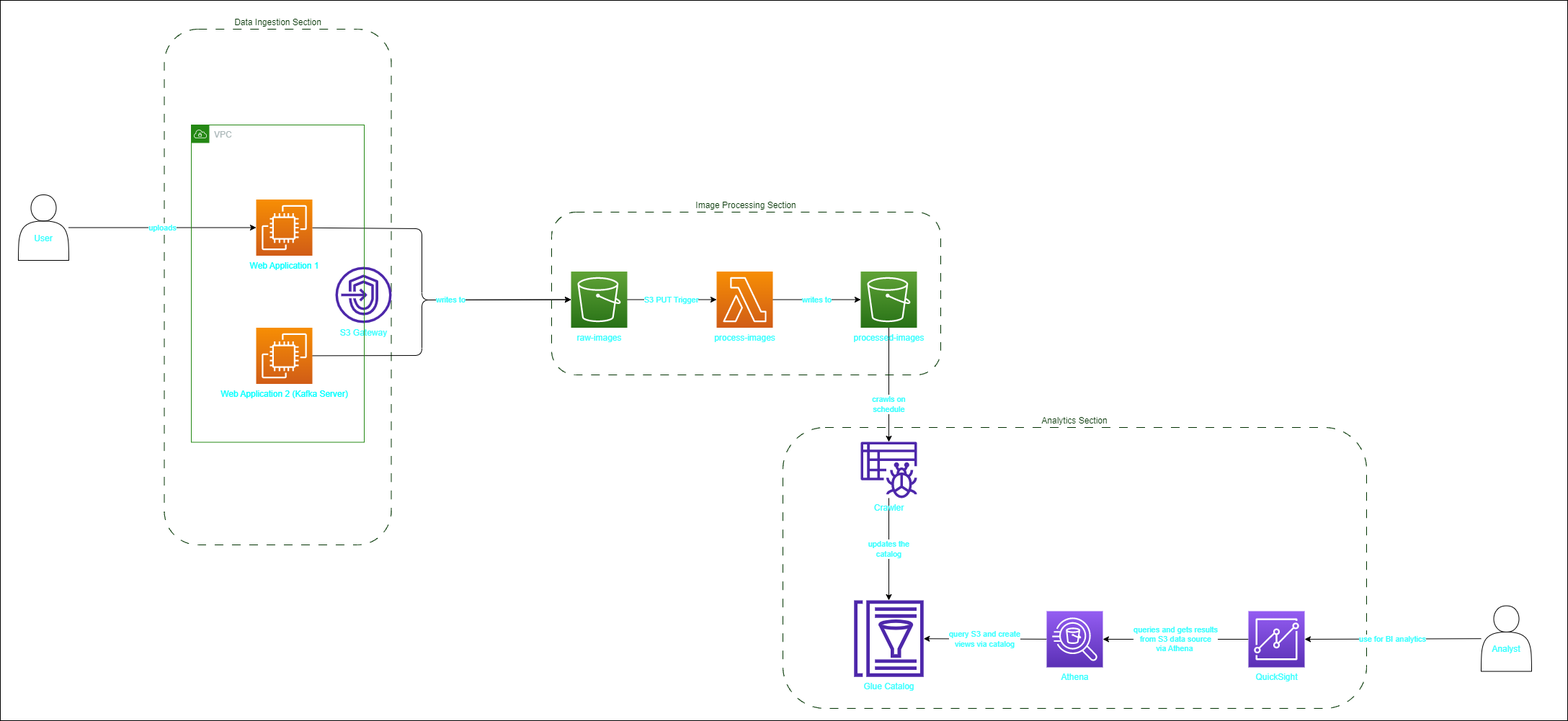
nixsterchan/govtech-data-engineer-challenge-2023 keeps this draw.io diagram as part-3-system-design/architect.png. Above is the earlier version. Source tidied: cells renumbered, new cells last; positions are measured from the earlier drawing's top-left corner, leaving out a move shared by most shapes. Its diagram source:
```xml
<mxGraphModel>
  <root>
    <mxCell id="0" />
    <mxCell id="1" parent="0" />
    <mxCell id="2" style="rounded=0;whiteSpace=wrap;html=1;" parent="1" vertex="1">
      <mxGeometry width="2175" height="1000" as="geometry" />
    </mxCell>
    <mxCell id="3" value="Analytics Section" style="rounded=1;whiteSpace=wrap;html=1;fontColor=#003300;fillColor=none;strokeColor=#003300;dashed=1;dashPattern=12 12;labelPosition=center;verticalLabelPosition=top;align=center;verticalAlign=bottom;" parent="1" vertex="1">
      <mxGeometry x="1086" y="593" width="810" height="390" as="geometry" />
    </mxCell>
    <mxCell id="4" value="Data Ingestion Section" style="rounded=1;whiteSpace=wrap;html=1;fontColor=#003300;fillColor=none;strokeColor=#003300;dashed=1;dashPattern=12 12;labelPosition=center;verticalLabelPosition=top;align=center;verticalAlign=bottom;" parent="1" vertex="1">
      <mxGeometry x="227.5" y="40" width="315" height="716" as="geometry" />
    </mxCell>
    <mxCell id="5" value="S3 PUT Trigger" style="edgeStyle=none;html=1;entryX=0;entryY=0.5;entryDx=0;entryDy=0;entryPerimeter=0;fontColor=#33FFFF;" parent="1" edge="1" source="6" target="8">
      <mxGeometry relative="1" as="geometry" />
    </mxCell>
    <mxCell id="6" value="&lt;font color=&quot;#33ffff&quot;&gt;raw-images&lt;/font&gt;" style="sketch=0;points=[[0,0,0],[0.25,0,0],[0.5,0,0],[0.75,0,0],[1,0,0],[0,1,0],[0.25,1,0],[0.5,1,0],[0.75,1,0],[1,1,0],[0,0.25,0],[0,0.5,0],[0,0.75,0],[1,0.25,0],[1,0.5,0],[1,0.75,0]];outlineConnect=0;fontColor=#232F3E;gradientColor=#60A337;gradientDirection=north;fillColor=#277116;strokeColor=#ffffff;dashed=0;verticalLabelPosition=bottom;verticalAlign=top;align=center;html=1;fontSize=12;fontStyle=0;shape=mxgraph.aws4.resourceIcon;resIcon=mxgraph.aws4.s3;" parent="1" vertex="1">
      <mxGeometry x="792" y="376.5" width="78" height="78" as="geometry" />
    </mxCell>
    <mxCell id="7" value="writes to" style="edgeStyle=none;html=1;entryX=0;entryY=0.5;entryDx=0;entryDy=0;entryPerimeter=0;fontColor=#33FFFF;" parent="1" edge="1" source="8" target="10">
      <mxGeometry relative="1" as="geometry" />
    </mxCell>
    <mxCell id="8" value="&lt;font color=&quot;#33ffff&quot;&gt;process-images&lt;/font&gt;" style="sketch=0;points=[[0,0,0],[0.25,0,0],[0.5,0,0],[0.75,0,0],[1,0,0],[0,1,0],[0.25,1,0],[0.5,1,0],[0.75,1,0],[1,1,0],[0,0.25,0],[0,0.5,0],[0,0.75,0],[1,0.25,0],[1,0.5,0],[1,0.75,0]];outlineConnect=0;fontColor=#232F3E;gradientColor=#F78E04;gradientDirection=north;fillColor=#D05C17;strokeColor=#ffffff;dashed=0;verticalLabelPosition=bottom;verticalAlign=top;align=center;html=1;fontSize=12;fontStyle=0;shape=mxgraph.aws4.resourceIcon;resIcon=mxgraph.aws4.lambda;" parent="1" vertex="1">
      <mxGeometry x="994" y="376.5" width="78" height="78" as="geometry" />
    </mxCell>
    <mxCell id="9" value="crawls on&lt;br&gt;schedule" style="edgeStyle=none;html=1;fontColor=#33FFFF;" parent="1" edge="1" source="10" target="18">
      <mxGeometry x="0.33" relative="1" as="geometry">
        <mxPoint y="1" as="offset" />
      </mxGeometry>
    </mxCell>
    <mxCell id="10" value="&lt;font color=&quot;#33ffff&quot;&gt;processed-images&lt;/font&gt;" style="sketch=0;points=[[0,0,0],[0.25,0,0],[0.5,0,0],[0.75,0,0],[1,0,0],[0,1,0],[0.25,1,0],[0.5,1,0],[0.75,1,0],[1,1,0],[0,0.25,0],[0,0.5,0],[0,0.75,0],[1,0.25,0],[1,0.5,0],[1,0.75,0]];outlineConnect=0;fontColor=#232F3E;gradientColor=#60A337;gradientDirection=north;fillColor=#277116;strokeColor=#ffffff;dashed=0;verticalLabelPosition=bottom;verticalAlign=top;align=center;html=1;fontSize=12;fontStyle=0;shape=mxgraph.aws4.resourceIcon;resIcon=mxgraph.aws4.s3;" parent="1" vertex="1">
      <mxGeometry x="1194" y="376.5" width="78" height="78" as="geometry" />
    </mxCell>
    <mxCell id="11" style="edgeStyle=none;html=1;entryX=0;entryY=0.5;entryDx=0;entryDy=0;entryPerimeter=0;fontColor=#33FFFF;" parent="1" edge="1" source="12" target="6">
      <mxGeometry relative="1" as="geometry">
        <Array as="points">
          <mxPoint x="585" y="317" />
          <mxPoint x="585" y="416" />
        </Array>
      </mxGeometry>
    </mxCell>
    <mxCell id="12" value="&lt;font color=&quot;#00ffff&quot;&gt;Web Application 1&lt;/font&gt;" style="sketch=0;points=[[0,0,0],[0.25,0,0],[0.5,0,0],[0.75,0,0],[1,0,0],[0,1,0],[0.25,1,0],[0.5,1,0],[0.75,1,0],[1,1,0],[0,0.25,0],[0,0.5,0],[0,0.75,0],[1,0.25,0],[1,0.5,0],[1,0.75,0]];outlineConnect=0;fontColor=#232F3E;gradientColor=#F78E04;gradientDirection=north;fillColor=#D05C17;strokeColor=#ffffff;dashed=0;verticalLabelPosition=bottom;verticalAlign=top;align=center;html=1;fontSize=12;fontStyle=0;shape=mxgraph.aws4.resourceIcon;resIcon=mxgraph.aws4.ec2;" parent="1" vertex="1">
      <mxGeometry x="355" y="276.5" width="78" height="78" as="geometry" />
    </mxCell>
    <mxCell id="13" value="writes to" style="edgeStyle=none;html=1;entryX=0;entryY=0.5;entryDx=0;entryDy=0;entryPerimeter=0;fontColor=#33FFFF;" parent="1" edge="1" source="14" target="6">
      <mxGeometry x="0.24" relative="1" as="geometry">
        <Array as="points">
          <mxPoint x="585" y="493" />
          <mxPoint x="585" y="416" />
        </Array>
        <mxPoint x="-1" as="offset" />
      </mxGeometry>
    </mxCell>
    <mxCell id="14" value="&lt;font color=&quot;#00ffff&quot;&gt;Web Application 2 (Kafka Server)&lt;/font&gt;" style="sketch=0;points=[[0,0,0],[0.25,0,0],[0.5,0,0],[0.75,0,0],[1,0,0],[0,1,0],[0.25,1,0],[0.5,1,0],[0.75,1,0],[1,1,0],[0,0.25,0],[0,0.5,0],[0,0.75,0],[1,0.25,0],[1,0.5,0],[1,0.75,0]];outlineConnect=0;fontColor=#232F3E;gradientColor=#F78E04;gradientDirection=north;fillColor=#D05C17;strokeColor=#ffffff;dashed=0;verticalLabelPosition=bottom;verticalAlign=top;align=center;html=1;fontSize=12;fontStyle=0;shape=mxgraph.aws4.resourceIcon;resIcon=mxgraph.aws4.ec2;" parent="1" vertex="1">
      <mxGeometry x="355" y="454.5" width="78" height="78" as="geometry" />
    </mxCell>
    <mxCell id="15" value="uploads" style="edgeStyle=none;html=1;fontColor=#33FFFF;" parent="1" edge="1" source="16" target="12">
      <mxGeometry relative="1" as="geometry" />
    </mxCell>
    <mxCell id="16" value="&lt;br&gt;&lt;br&gt;User" style="shape=actor;whiteSpace=wrap;html=1;fontColor=#33FFFF;" parent="1" vertex="1">
      <mxGeometry x="25" y="270" width="70" height="91" as="geometry" />
    </mxCell>
    <mxCell id="17" value="updates the&lt;br&gt;catalog" style="edgeStyle=none;html=1;fontColor=#33FFFF;" parent="1" edge="1" source="18" target="23">
      <mxGeometry relative="1" as="geometry" />
    </mxCell>
    <mxCell id="18" value="&lt;font color=&quot;#33ffff&quot;&gt;Crawler&lt;/font&gt;" style="sketch=0;outlineConnect=0;fontColor=#232F3E;gradientColor=none;fillColor=#4D27AA;strokeColor=none;dashed=0;verticalLabelPosition=bottom;verticalAlign=top;align=center;html=1;fontSize=12;fontStyle=0;shape=mxgraph.aws4.glue_crawlers;" parent="1" vertex="1">
      <mxGeometry x="1194" y="613" width="78" height="78" as="geometry" />
    </mxCell>
    <mxCell id="19" value="queries and gets results&lt;br&gt;from S3 data source&lt;br&gt;via Athena&amp;nbsp;" style="edgeStyle=none;html=1;entryX=1;entryY=0.5;entryDx=0;entryDy=0;entryPerimeter=0;fontColor=#33FFFF;" parent="1" edge="1" source="20" target="22">
      <mxGeometry relative="1" as="geometry" />
    </mxCell>
    <mxCell id="20" value="&lt;font color=&quot;#33ffff&quot;&gt;QuickSight&lt;/font&gt;" style="sketch=0;points=[[0,0,0],[0.25,0,0],[0.5,0,0],[0.75,0,0],[1,0,0],[0,1,0],[0.25,1,0],[0.5,1,0],[0.75,1,0],[1,1,0],[0,0.25,0],[0,0.5,0],[0,0.75,0],[1,0.25,0],[1,0.5,0],[1,0.75,0]];outlineConnect=0;fontColor=#232F3E;gradientColor=#945DF2;gradientDirection=north;fillColor=#5A30B5;strokeColor=#ffffff;dashed=0;verticalLabelPosition=bottom;verticalAlign=top;align=center;html=1;fontSize=12;fontStyle=0;shape=mxgraph.aws4.resourceIcon;resIcon=mxgraph.aws4.quicksight;" parent="1" vertex="1">
      <mxGeometry x="1732" y="848" width="78" height="78" as="geometry" />
    </mxCell>
    <mxCell id="21" value="query S3 and create&lt;br&gt;views via catalog" style="edgeStyle=none;html=1;fontColor=#33FFFF;" parent="1" edge="1" source="22" target="23">
      <mxGeometry relative="1" as="geometry" />
    </mxCell>
    <mxCell id="22" value="&lt;font color=&quot;#33ffff&quot;&gt;Athena&lt;/font&gt;" style="sketch=0;points=[[0,0,0],[0.25,0,0],[0.5,0,0],[0.75,0,0],[1,0,0],[0,1,0],[0.25,1,0],[0.5,1,0],[0.75,1,0],[1,1,0],[0,0.25,0],[0,0.5,0],[0,0.75,0],[1,0.25,0],[1,0.5,0],[1,0.75,0]];outlineConnect=0;fontColor=#232F3E;gradientColor=#945DF2;gradientDirection=north;fillColor=#5A30B5;strokeColor=#ffffff;dashed=0;verticalLabelPosition=bottom;verticalAlign=top;align=center;html=1;fontSize=12;fontStyle=0;shape=mxgraph.aws4.resourceIcon;resIcon=mxgraph.aws4.athena;" parent="1" vertex="1">
      <mxGeometry x="1452" y="848" width="78" height="78" as="geometry" />
    </mxCell>
    <mxCell id="23" value="&lt;font color=&quot;#33ffff&quot;&gt;Glue Catalog&lt;/font&gt;" style="sketch=0;outlineConnect=0;fontColor=#232F3E;gradientColor=none;fillColor=#4D27AA;strokeColor=none;dashed=0;verticalLabelPosition=bottom;verticalAlign=top;align=center;html=1;fontSize=12;fontStyle=0;shape=mxgraph.aws4.glue_data_catalog;" parent="1" vertex="1">
      <mxGeometry x="1184" y="833" width="98" height="106.2" as="geometry" />
    </mxCell>
    <mxCell id="24" value="use for BI analytics" style="edgeStyle=none;html=1;entryX=1;entryY=0.5;entryDx=0;entryDy=0;entryPerimeter=0;fontColor=#33FFFF;" parent="1" edge="1" source="25" target="20">
      <mxGeometry relative="1" as="geometry" />
    </mxCell>
    <mxCell id="25" value="&lt;br&gt;&lt;br&gt;Analyst" style="shape=actor;whiteSpace=wrap;html=1;fontColor=#33FFFF;" parent="1" vertex="1">
      <mxGeometry x="2055" y="840.6" width="70" height="91" as="geometry" />
    </mxCell>
    <mxCell id="26" value="&lt;font color=&quot;#33ffff&quot;&gt;S3 Gateway&lt;/font&gt;" style="sketch=0;fontColor=#232F3E;gradientColor=none;fillColor=#4D27AA;strokeColor=none;dashed=0;verticalLabelPosition=bottom;verticalAlign=top;align=center;html=1;fontSize=12;fontStyle=0;shape=mxgraph.aws4.endpoints;" parent="1" vertex="1">
      <mxGeometry x="465" y="370" width="78" height="78" as="geometry" />
    </mxCell>
    <mxCell id="27" value="VPC" style="gradientColor=none;html=1;whiteSpace=wrap;fontSize=12;fontStyle=0;shape=mxgraph.aws4.group;grIcon=mxgraph.aws4.group_vpc;strokeColor=#248814;fillColor=none;verticalAlign=top;align=left;spacingLeft=30;fontColor=#AAB7B8;dashed=0;" parent="1" vertex="1">
      <mxGeometry x="265" y="173" width="240" height="440.5" as="geometry" />
    </mxCell>
    <mxCell id="28" value="Image Processing Section" style="rounded=1;whiteSpace=wrap;html=1;fontColor=#003300;fillColor=none;strokeColor=#003300;dashed=1;dashPattern=12 12;labelPosition=center;verticalLabelPosition=top;align=center;verticalAlign=bottom;" parent="1" vertex="1">
      <mxGeometry x="765" y="294" width="540" height="226" as="geometry" />
    </mxCell>
  </root>
</mxGraphModel>
```
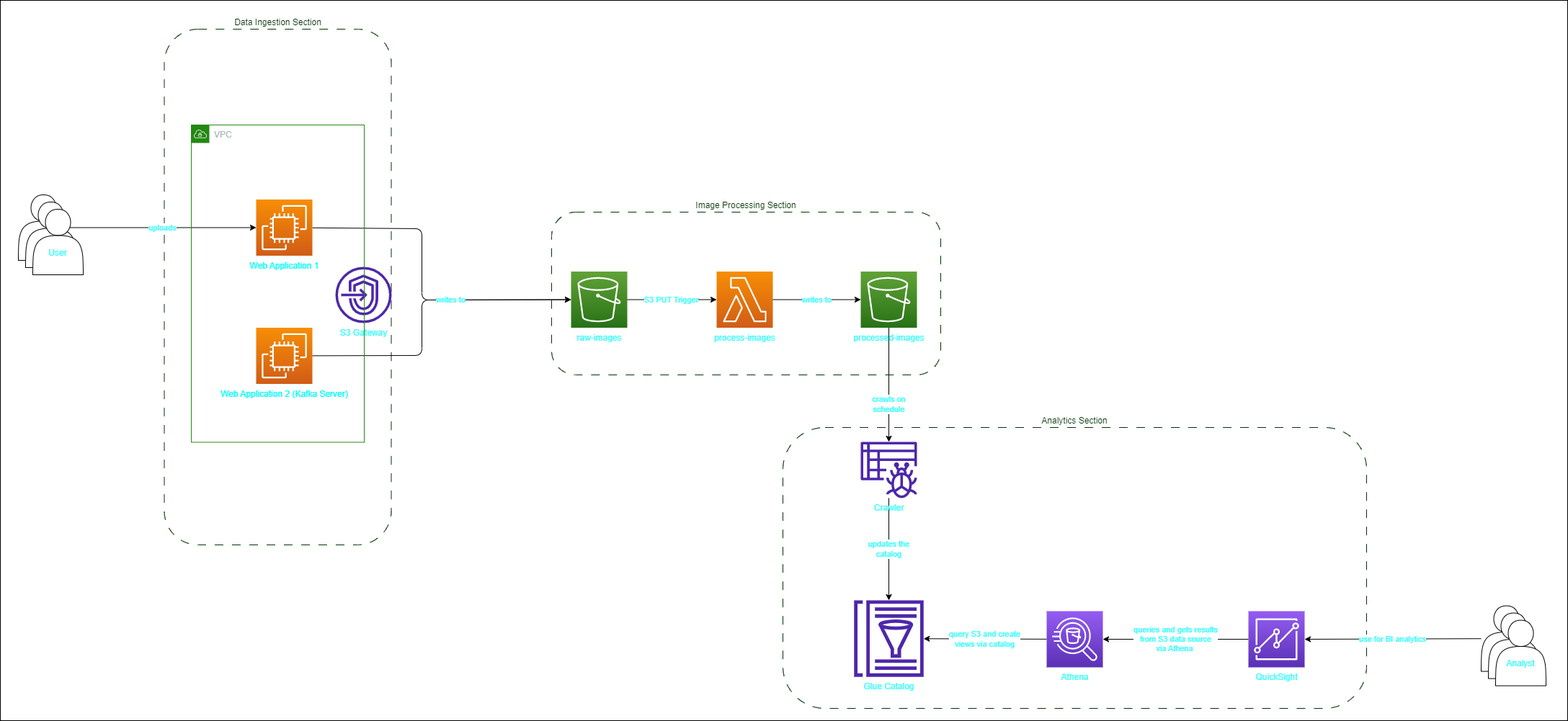
Later version of the same file.

Commit message:
Slight adjustment to user and analyst icons in architec drawio diagram for part 3 system design.

The edit, as a diff of the source:
```diff
@@ -2,7 +2,7 @@
   <root>
     <mxCell id="0" />
     <mxCell id="1" parent="0" />
-    <mxCell id="2" style="rounded=0;whiteSpace=wrap;html=1;" parent="1" vertex="1">
+    <mxCell id="2" style="rounded=0;whiteSpace=wrap;html=1;fillColor=#FFFFFF;" parent="1" vertex="1">
       <mxGeometry width="2175" height="1000" as="geometry" />
     </mxCell>
     <mxCell id="3" value="Analytics Section" style="rounded=1;whiteSpace=wrap;html=1;fontColor=#003300;fillColor=none;strokeColor=#003300;dashed=1;dashPattern=12 12;labelPosition=center;verticalLabelPosition=top;align=center;verticalAlign=bottom;" parent="1" vertex="1">
@@ -96,5 +96,17 @@
     <mxCell id="28" value="Image Processing Section" style="rounded=1;whiteSpace=wrap;html=1;fontColor=#003300;fillColor=none;strokeColor=#003300;dashed=1;dashPattern=12 12;labelPosition=center;verticalLabelPosition=top;align=center;verticalAlign=bottom;" parent="1" vertex="1">
       <mxGeometry x="765" y="294" width="540" height="226" as="geometry" />
     </mxCell>
+    <mxCell id="29" value="&lt;br&gt;&lt;br&gt;User" style="shape=actor;whiteSpace=wrap;html=1;fontColor=#33FFFF;" parent="1" vertex="1">
+      <mxGeometry x="35" y="280" width="70" height="91" as="geometry" />
+    </mxCell>
+    <mxCell id="30" value="&lt;br&gt;&lt;br&gt;User" style="shape=actor;whiteSpace=wrap;html=1;fontColor=#33FFFF;" parent="1" vertex="1">
+      <mxGeometry x="45" y="290" width="70" height="91" as="geometry" />
+    </mxCell>
+    <mxCell id="31" value="&lt;br&gt;&lt;br&gt;Analyst" style="shape=actor;whiteSpace=wrap;html=1;fontColor=#33FFFF;" parent="1" vertex="1">
+      <mxGeometry x="2065" y="850.6" width="70" height="91" as="geometry" />
+    </mxCell>
+    <mxCell id="32" value="&lt;br&gt;&lt;br&gt;Analyst" style="shape=actor;whiteSpace=wrap;html=1;fontColor=#33FFFF;" parent="1" vertex="1">
+      <mxGeometry x="2075" y="860.6" width="70" height="91" as="geometry" />
+    </mxCell>
   </root>
 </mxGraphModel>
```
